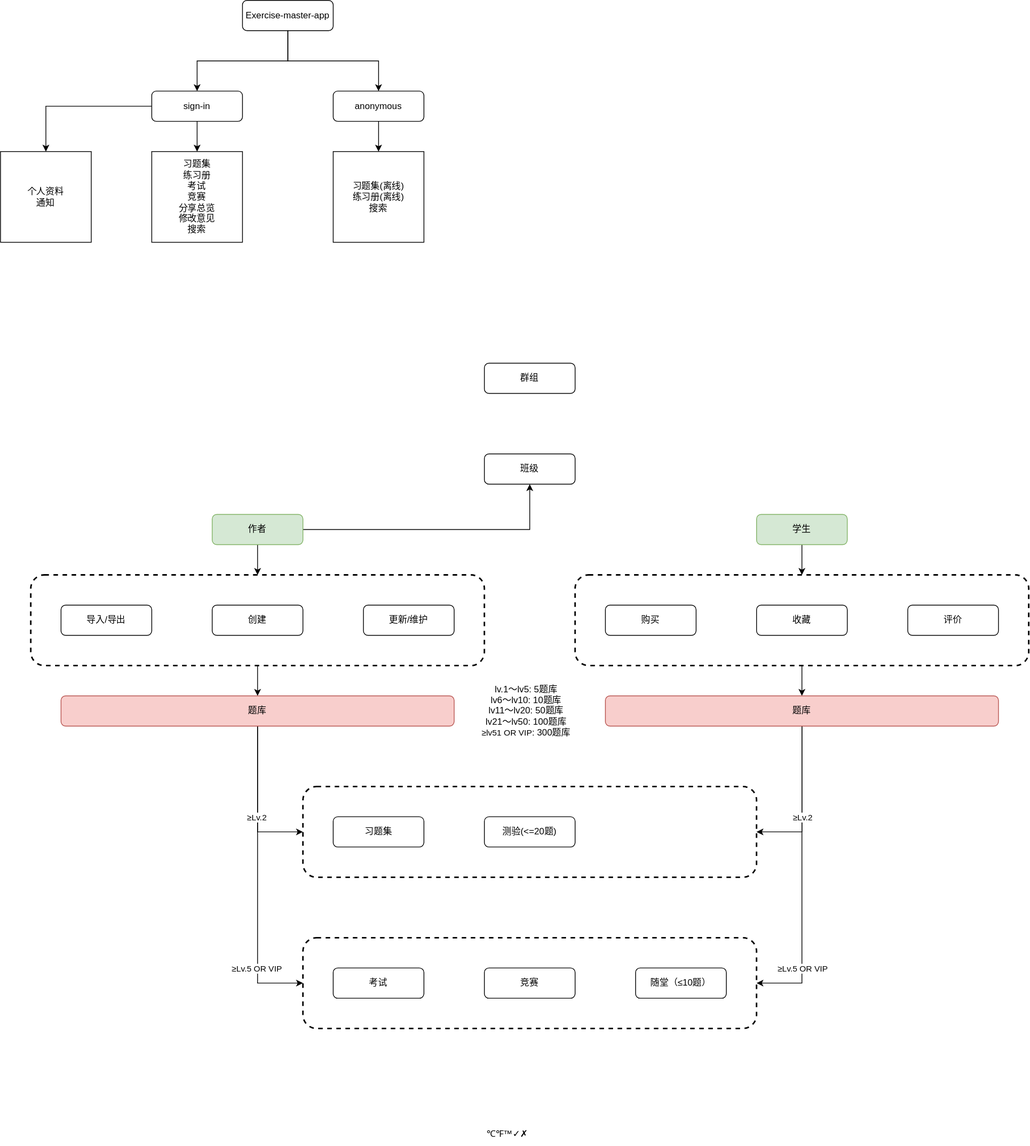
This is exercise-master-app.svg from gaorock530/brainstorm, a draw.io export, as it was before one commit. Source tidied: cells renumbered, new cells last; positions are measured from the earlier drawing's top-left corner, leaving out a move shared by most shapes.
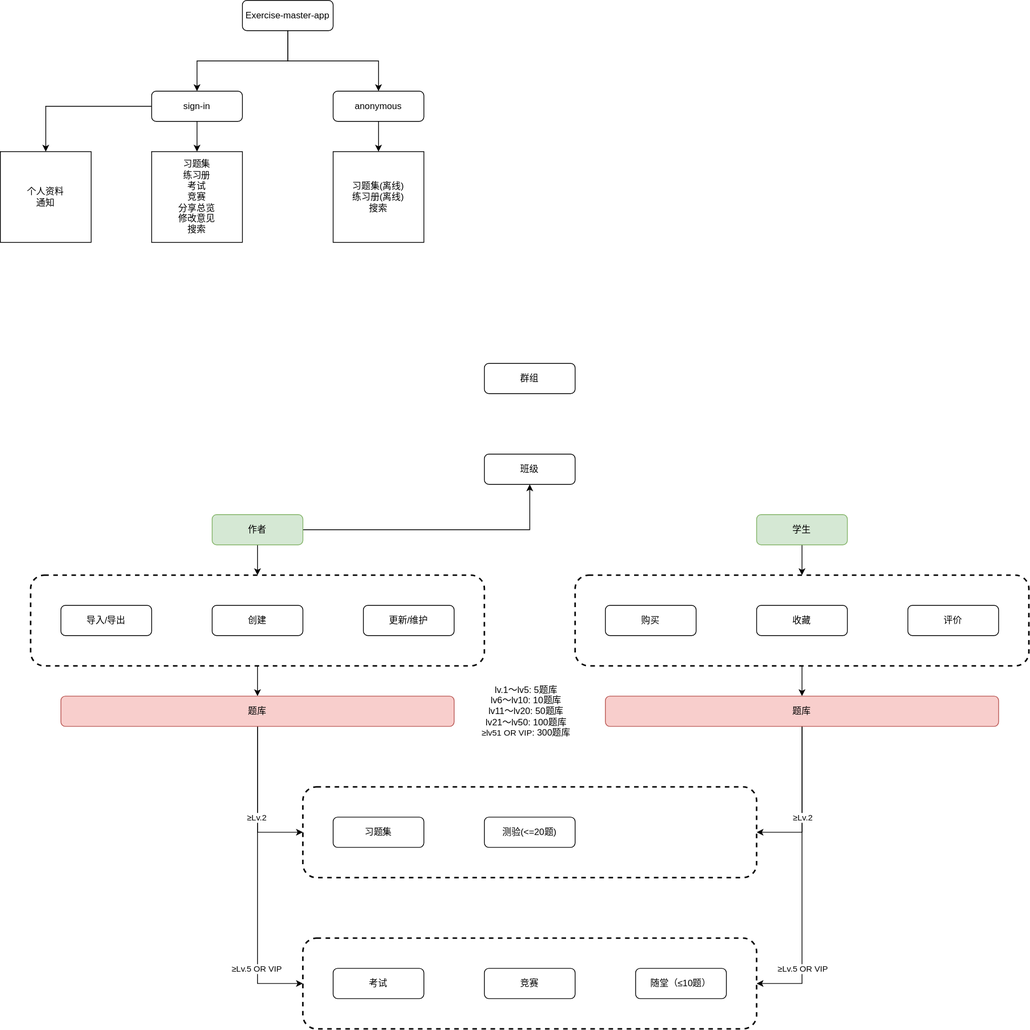
The same diagram one commit later.

What changed in the source:
```diff
@@ -148,8 +148,5 @@
     <mxCell id="47" value="lv.1～lv5: 5题库&lt;br&gt;lv6～lv10: 10题库&lt;br&gt;lv11～lv20: 50题库&lt;br&gt;lv21～lv50: 100题库&lt;br&gt;&lt;span style=&quot;font-size: 11px; background-color: rgb(255, 255, 255);&quot;&gt;≥lv51 OR VIP&lt;/span&gt;: 300题库" style="text;html=1;align=center;verticalAlign=middle;strokeColor=none;fillColor=none;" parent="1" vertex="1">
       <mxGeometry x="620" y="895" width="150" height="90" as="geometry" />
     </mxCell>
-    <mxCell id="48" value="℃℉™✓✗" style="text;html=1;align=center;verticalAlign=middle;strokeColor=none;fillColor=none;" parent="1" vertex="1">
-      <mxGeometry x="630" y="1485" width="80" height="30" as="geometry" />
-    </mxCell>
   </root>
 </mxGraphModel>
```
